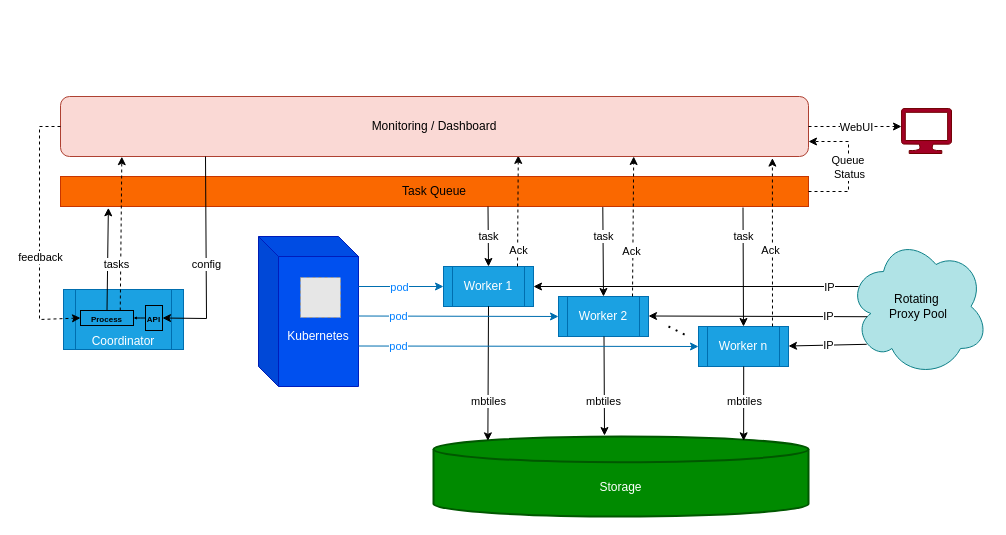
The draw.io diagram docs/architecture/achitecture.drawio in MohammadRaziei/map-downloader, before the edit. Source tidied: cells renumbered, new cells numbered last; positions are measured from the earlier drawing's top-left corner, leaving out a move shared by most shapes. Both pictures are drawn from the tidied source at 100%, with x=0, y=0 at pixel (39, 96). Pictures stored in the file or linked from it are replaced by grey dashed boxes.
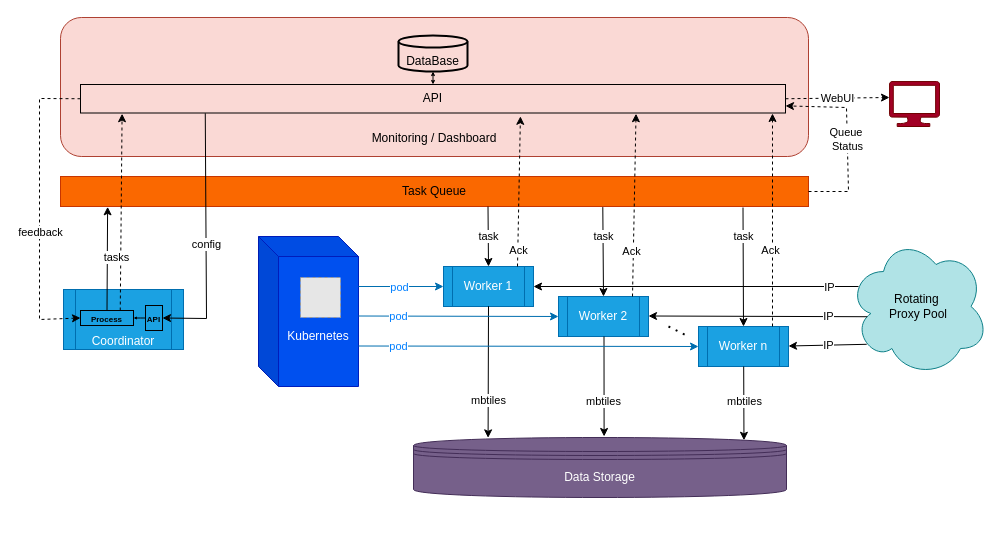
The same page after the edit.

Unchanged cells that the change refers to:
```xml
<mxCell id="6" value="Task Queue" style="rounded=0;whiteSpace=wrap;html=1;fillColor=#fa6800;strokeColor=#C73500;fontColor=#000000;" parent="1" vertex="1">
  <mxGeometry x="21" y="80" width="748" height="30" as="geometry" />
</mxCell>
<mxCell id="55" value="&lt;font style=&quot;font-size: 8px;&quot;&gt;&lt;b&gt;API&lt;/b&gt;&lt;/font&gt;" style="rounded=0;whiteSpace=wrap;html=1;fillColor=none;" parent="1" vertex="1">
  <mxGeometry x="106" y="209" width="17" height="25" as="geometry" />
</mxCell>
<mxCell id="56" value="&lt;font style=&quot;font-size: 8px;&quot;&gt;&lt;b&gt;Process&lt;/b&gt;&lt;/font&gt;" style="rounded=0;whiteSpace=wrap;html=1;fillColor=none;" parent="1" vertex="1">
  <mxGeometry x="41" y="214" width="53" height="15" as="geometry" />
</mxCell>
```

Change to the diagram source:
```diff
@@
+    <mxCell id="41" value="&lt;div&gt;&lt;font color=&quot;#000000&quot;&gt;&lt;br&gt;&lt;/font&gt;&lt;/div&gt;&lt;font color=&quot;#000000&quot;&gt;&lt;div&gt;&lt;font color=&quot;#000000&quot;&gt;&lt;br&gt;&lt;/font&gt;&lt;/div&gt;&lt;div&gt;&lt;font color=&quot;#000000&quot;&gt;&lt;br&gt;&lt;/font&gt;&lt;/div&gt;&lt;div&gt;&lt;font color=&quot;#000000&quot;&gt;&lt;br&gt;&lt;/font&gt;&lt;/div&gt;&lt;div&gt;&lt;font color=&quot;#000000&quot;&gt;&lt;br&gt;&lt;/font&gt;&lt;/div&gt;&lt;div&gt;&lt;font color=&quot;#000000&quot;&gt;&lt;br&gt;&lt;/font&gt;&lt;/div&gt;&lt;div&gt;&lt;font color=&quot;#000000&quot;&gt;&lt;br&gt;&lt;/font&gt;&lt;/div&gt;Monitoring / Dashboard&lt;/font&gt;" style="rounded=1;whiteSpace=wrap;html=1;fillColor=#fad9d5;strokeColor=#ae4132;" parent="1" vertex="1">
+      <mxGeometry x="21" y="-79" width="748" height="139" as="geometry" />
+    </mxCell>
@@
-    <mxCell id="7" value="&lt;div&gt;Storage&lt;/div&gt;" style="shape=cylinder3;whiteSpace=wrap;html=1;boundedLbl=1;backgroundOutline=1;size=12.85185185185179;fillColor=#008a00;fontColor=#ffffff;strokeColor=#005700;strokeWidth=2;" parent="1" vertex="1">
-      <mxGeometry x="394" y="340" width="375" height="80" as="geometry" />
-    </mxCell>
@@
-    <mxCell id="15" style="endArrow=classic;html=1;rounded=0;entryX=0.145;entryY=0;entryDx=0;entryDy=4.35;entryPerimeter=0;" parent="1" edge="1" target="7">
+    <mxCell id="15" style="endArrow=classic;html=1;rounded=0;entryX=0.2;entryY=0.006;entryDx=0;entryDy=0;entryPerimeter=0;" parent="1" edge="1" target="58">
       <mxGeometry relative="1" as="geometry">
         <mxPoint x="449" y="209.7" as="sourcePoint" />
       </mxGeometry>
     </mxCell>
@@
-    <mxCell id="17" style="endArrow=classic;html=1;rounded=0;entryX=0.456;entryY=-0.012;entryDx=0;entryDy=0;entryPerimeter=0;" parent="1" edge="1" target="7">
+    <mxCell id="17" style="endArrow=classic;html=1;rounded=0;entryX=0.511;entryY=-0.017;entryDx=0;entryDy=0;entryPerimeter=0;" parent="1" edge="1" target="58">
       <mxGeometry relative="1" as="geometry">
         <mxPoint x="564.5" y="240" as="sourcePoint" />
       </mxGeometry>
     </mxCell>
@@
-    <mxCell id="19" style="endArrow=classic;html=1;rounded=0;entryX=0.827;entryY=0.054;entryDx=0;entryDy=0;entryPerimeter=0;" parent="1" edge="1" target="7">
+    <mxCell id="19" style="endArrow=classic;html=1;rounded=0;entryX=0.886;entryY=0.046;entryDx=0;entryDy=0;entryPerimeter=0;" parent="1" edge="1" target="58">
       <mxGeometry relative="1" as="geometry">
         <mxPoint x="704.2" y="270" as="sourcePoint" />
       </mxGeometry>
     </mxCell>
@@
-    <mxCell id="28" style="endArrow=classic;html=1;rounded=0;exitX=0.5;exitY=0;exitDx=0;exitDy=0;entryX=0.064;entryY=1.044;entryDx=0;entryDy=0;entryPerimeter=0;" parent="1" edge="1" source="56" target="6">
-      <mxGeometry relative="1" as="geometry" />
-    </mxCell>
@@
-    <mxCell id="37" style="endArrow=classic;html=1;rounded=0;dashed=1;entryX=0.205;entryY=0.981;entryDx=0;entryDy=0;entryPerimeter=0;" parent="1" edge="1">
+    <mxCell id="37" style="endArrow=classic;html=1;rounded=0;dashed=1;entryX=0.624;entryY=1.117;entryDx=0;entryDy=0;entryPerimeter=0;" parent="1" edge="1" target="59">
       <mxGeometry relative="1" as="geometry">
         <mxPoint x="478" y="170" as="sourcePoint" />
-        <mxPoint x="478.8" y="58.9" as="targetPoint" />
       </mxGeometry>
     </mxCell>
-    <mxCell id="38" style="endArrow=classic;html=1;rounded=0;dashed=1;entryX=0.521;entryY=1;entryDx=0;entryDy=0;entryPerimeter=0;" parent="1" edge="1">
+    <mxCell id="38" style="endArrow=classic;html=1;rounded=0;dashed=1;entryX=0.788;entryY=1.025;entryDx=0;entryDy=0;entryPerimeter=0;" parent="1" edge="1" target="59">
       <mxGeometry relative="1" as="geometry">
         <mxPoint x="593" y="200" as="sourcePoint" />
-        <mxPoint x="594.2" y="60" as="targetPoint" />
       </mxGeometry>
     </mxCell>
-    <mxCell id="39" style="endArrow=classic;html=1;rounded=0;dashed=1;entryX=0.901;entryY=1.027;entryDx=0;entryDy=0;entryPerimeter=0;" parent="1" edge="1">
+    <mxCell id="39" style="endArrow=classic;html=1;rounded=0;dashed=1;" parent="1" edge="1">
       <mxGeometry relative="1" as="geometry">
         <mxPoint x="733" y="230" as="sourcePoint" />
-        <mxPoint x="732.9" y="61.6" as="targetPoint" />
+        <mxPoint x="733" y="17" as="targetPoint" />
       </mxGeometry>
     </mxCell>
-    <mxCell id="40" style="endArrow=classic;html=1;rounded=0;dashed=1;exitX=0.75;exitY=0;exitDx=0;exitDy=0;entryX=0.082;entryY=1.003;entryDx=0;entryDy=0;entryPerimeter=0;" parent="1" edge="1" source="56" target="41">
-      <mxGeometry relative="1" as="geometry" />
-    </mxCell>
-    <mxCell id="41" value="&lt;font color=&quot;#000000&quot;&gt;Monitoring / Dashboard&lt;/font&gt;" style="rounded=1;whiteSpace=wrap;html=1;fillColor=#fad9d5;strokeColor=#ae4132;" parent="1" vertex="1">
-      <mxGeometry x="21" width="748" height="60" as="geometry" />
-    </mxCell>
-    <mxCell id="42" style="endArrow=classic;html=1;rounded=0;exitX=0;exitY=0.5;exitDx=0;exitDy=0;entryX=0;entryY=0.5;entryDx=0;entryDy=0;dashed=1;" parent="1" edge="1" source="41" target="56">
+    <mxCell id="42" style="endArrow=classic;html=1;rounded=0;exitX=0;exitY=0.5;exitDx=0;exitDy=0;entryX=0;entryY=0.5;entryDx=0;entryDy=0;dashed=1;" parent="1" edge="1" source="59" target="56">
       <mxGeometry relative="1" as="geometry">
         <Array as="points">
-          <mxPoint y="30" />
+          <mxPoint y="2" />
           <mxPoint y="223" />
         </Array>
       </mxGeometry>
     </mxCell>
@@
-    <mxCell id="47" value="tasks" style="edgeLabel;html=1;align=center;verticalAlign=middle;" parent="1" vertex="1">
-      <mxGeometry x="76" y="167" as="geometry" />
-    </mxCell>
-    <mxCell id="48" style="endArrow=classic;html=1;rounded=0;exitX=1;exitY=0.5;exitDx=0;exitDy=0;dashed=1;" parent="1" edge="1" source="41">
+    <mxCell id="48" style="endArrow=classic;html=1;rounded=0;exitX=1;exitY=0.5;exitDx=0;exitDy=0;dashed=1;" parent="1" edge="1" source="59">
       <mxGeometry relative="1" as="geometry">
-        <mxPoint x="862" y="30" as="targetPoint" />
+        <mxPoint x="850" y="1" as="targetPoint" />
       </mxGeometry>
     </mxCell>
@@
-    <mxCell id="50" style="endArrow=classic;html=1;rounded=0;exitX=1;exitY=0.5;exitDx=0;exitDy=0;entryX=1;entryY=0.75;entryDx=0;entryDy=0;dashed=1;" parent="1" edge="1" source="6" target="41">
+    <mxCell id="50" style="endArrow=classic;html=1;rounded=0;exitX=1;exitY=0.5;exitDx=0;exitDy=0;entryX=1;entryY=0.75;entryDx=0;entryDy=0;dashed=1;" parent="1" edge="1" source="6" target="59">
       <mxGeometry relative="1" as="geometry">
         <Array as="points">
           <mxPoint x="809" y="95" />
-          <mxPoint x="809" y="45" />
+          <mxPoint x="807" y="11" />
         </Array>
       </mxGeometry>
     </mxCell>
@@
     <mxCell id="52" style="verticalLabelPosition=bottom;html=1;verticalAlign=top;align=center;strokeColor=#6F0000;fillColor=#a20025;shape=mxgraph.azure.computer;fontColor=#ffffff;" parent="1" vertex="1">
-      <mxGeometry x="862" y="12" width="50" height="45" as="geometry" />
+      <mxGeometry x="850" y="-15" width="50" height="45" as="geometry" />
     </mxCell>
-    <mxCell id="53" value="config" style="endArrow=classic;html=1;rounded=0;entryX=1;entryY=0.5;entryDx=0;entryDy=0;" parent="1" edge="1" target="55">
+    <mxCell id="53" value="config" style="endArrow=classic;html=1;rounded=0;entryX=1;entryY=0.5;entryDx=0;entryDy=0;exitX=0.177;exitY=1.01;exitDx=0;exitDy=0;exitPerimeter=0;" parent="1" edge="1" source="59" target="55">
       <mxGeometry x="0.05" relative="1" as="geometry">
-        <mxPoint x="166" y="60" as="sourcePoint" />
         <Array as="points">
           <mxPoint x="167" y="222" />
         </Array>
       </mxGeometry>
     </mxCell>
@@
+    <mxCell id="57" value="&lt;div&gt;&lt;br&gt;&lt;/div&gt;&lt;div&gt;DataBase&lt;/div&gt;" style="strokeWidth=2;html=1;shape=mxgraph.flowchart.database;whiteSpace=wrap;fillColor=none;" parent="1" vertex="1">
+      <mxGeometry x="359" y="-61" width="69" height="36" as="geometry" />
+    </mxCell>
+    <mxCell id="58" value="Data Storage" style="shape=datastore;whiteSpace=wrap;html=1;fillColor=#76608a;fontColor=#ffffff;strokeColor=#432D57;" parent="1" vertex="1">
+      <mxGeometry x="374" y="341" width="373" height="60" as="geometry" />
+    </mxCell>
+    <mxCell id="59" value="API" style="rounded=0;whiteSpace=wrap;html=1;fillColor=none;" parent="1" vertex="1">
+      <mxGeometry x="41" y="-12" width="705" height="28.5" as="geometry" />
+    </mxCell>
+    <mxCell id="60" style="endArrow=classic;startArrow=classic;html=1;entryX=0.5;entryY=1;entryDx=0;entryDy=0;entryPerimeter=0;strokeWidth=1;endSize=2;startSize=2;exitX=0.5;exitY=0;exitDx=0;exitDy=0;" parent="1" edge="1" source="59" target="57">
+      <mxGeometry relative="1" as="geometry" />
+    </mxCell>
+    <mxCell id="40" style="endArrow=classic;html=1;rounded=0;dashed=1;exitX=0.75;exitY=0;exitDx=0;exitDy=0;entryX=0.059;entryY=1.025;entryDx=0;entryDy=0;entryPerimeter=0;fontSize=24;" parent="1" edge="1" source="56" target="59">
+      <mxGeometry relative="1" as="geometry" />
+    </mxCell>
+    <mxCell id="28" style="endArrow=classic;html=1;rounded=0;exitX=0.5;exitY=0;exitDx=0;exitDy=0;entryX=0.063;entryY=1.011;entryDx=0;entryDy=0;entryPerimeter=0;" parent="1" edge="1" source="56" target="6">
+      <mxGeometry relative="1" as="geometry" />
+    </mxCell>
+    <mxCell id="47" value="tasks" style="edgeLabel;html=1;align=center;verticalAlign=middle;" parent="1" vertex="1">
+      <mxGeometry x="76" y="160" as="geometry" />
+    </mxCell>
```
